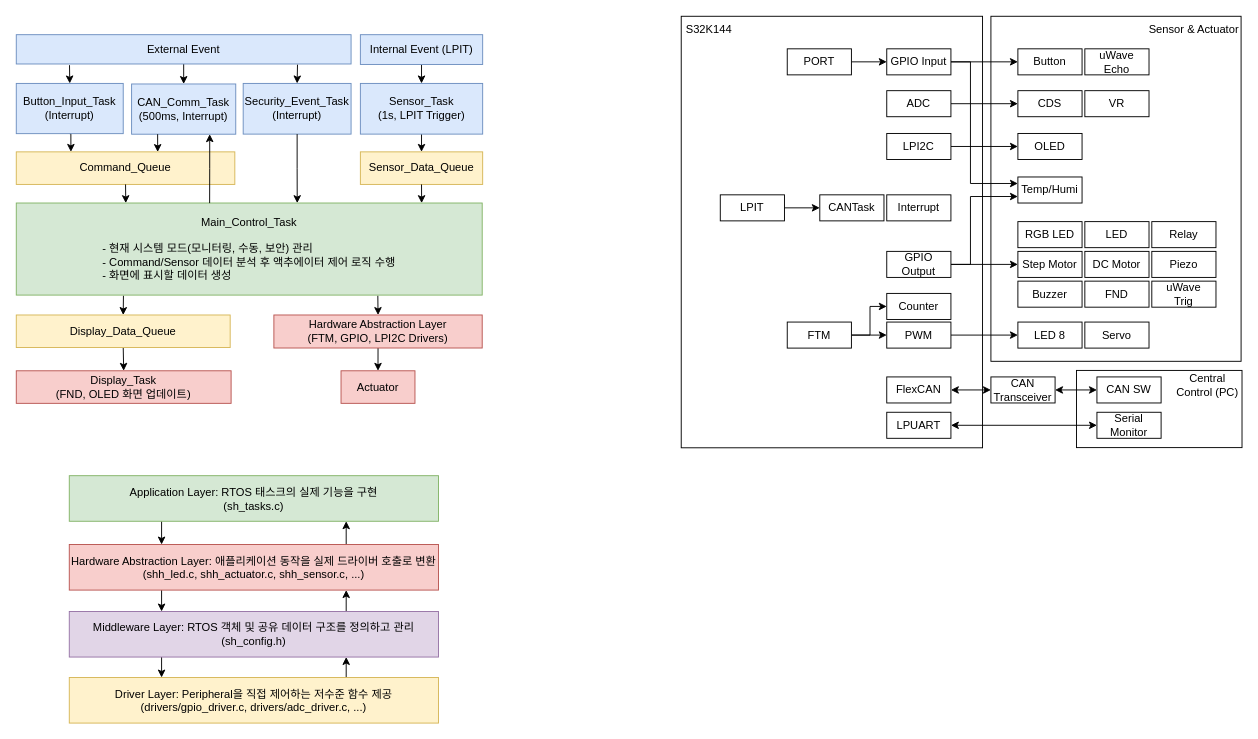
The draw.io diagram page "sw아키텍처 / hw구성도 / sw계층구조" (2 of 3) of docs/s32k144-prj.drawio in YJCHOI15/s32k144-smarthome-rtos, before the edit. Source tidied: cells renumbered, new cells numbered last; positions are measured from the earlier drawing's top-left corner, leaving out a move shared by most shapes. Both pictures are drawn from the tidied source at 93%, with x=0, y=0 at pixel (16, 16).
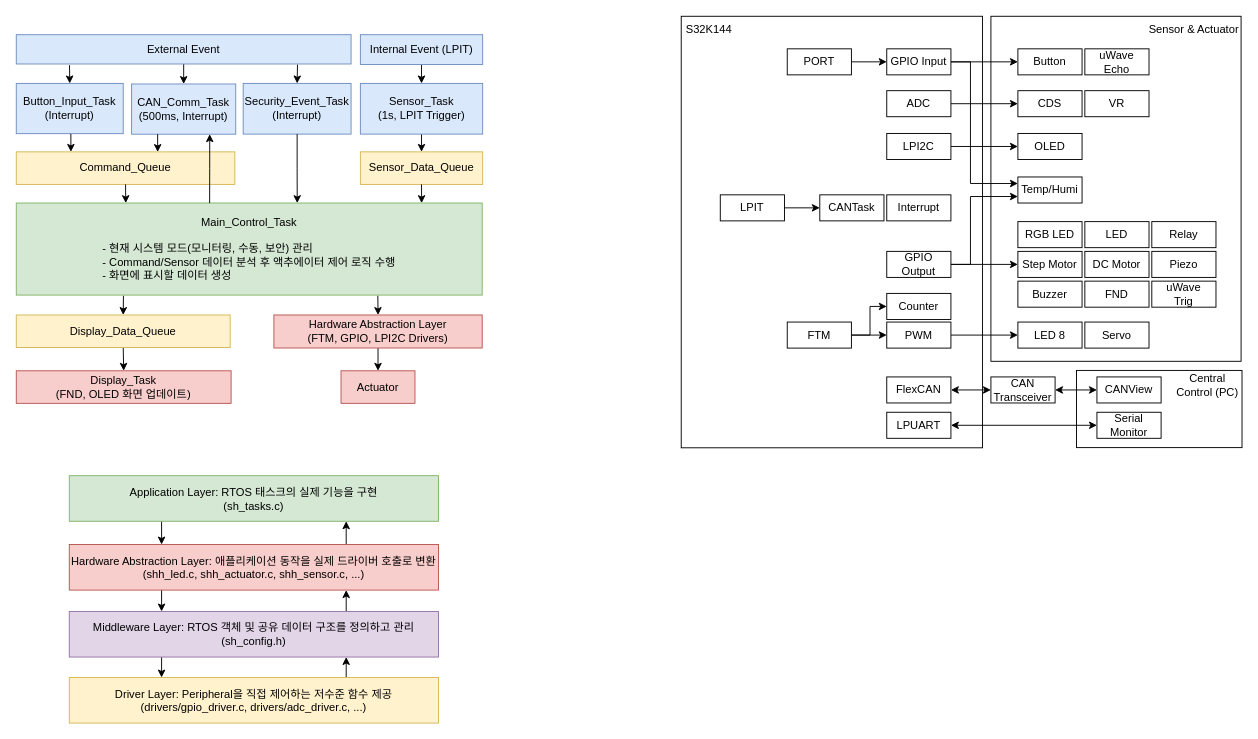
Above is the later version.

The edit, as a diff of the source:
```diff
@@
-    <mxCell id="47" value="CAN SW" style="rounded=0;whiteSpace=wrap;html=1;" parent="1" vertex="1">
+    <mxCell id="47" value="CANView" style="rounded=0;whiteSpace=wrap;html=1;" parent="1" vertex="1">
       <mxGeometry x="1162" y="387.8" width="69" height="28" as="geometry" />
     </mxCell>
```
